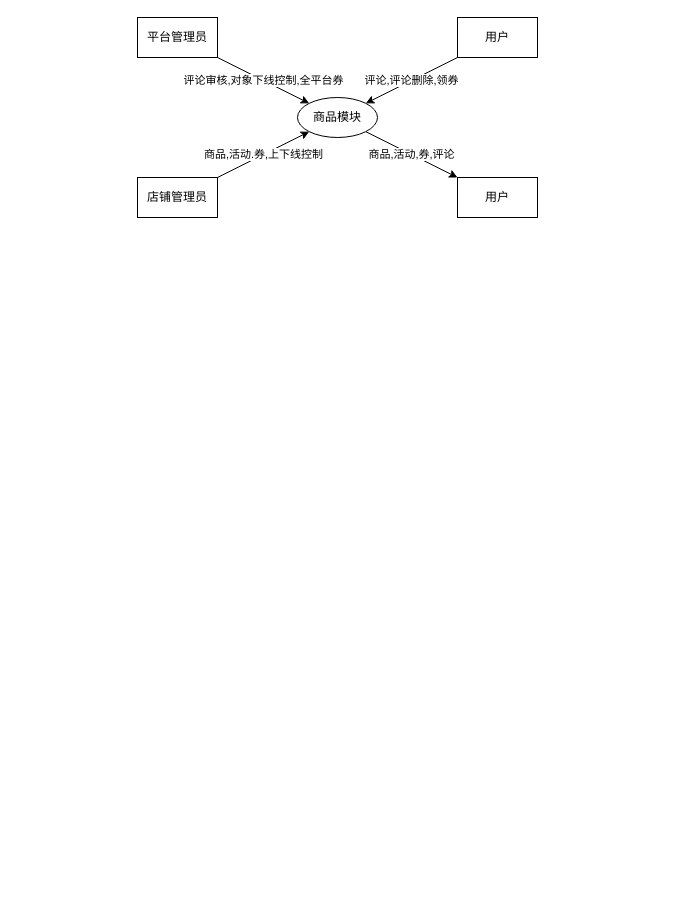
app1echip/grams keeps this draw.io diagram as 软工导论小组作业/需求建模之功能模型（商品模块）.drawio. Above is the earlier version. Source tidied: cells renumbered, new cells numbered last; positions are measured from the earlier drawing's top-left corner, leaving out a move shared by most shapes. Both pictures are drawn from the tidied source at 100%, with x=0, y=0 at pixel (137, 17).
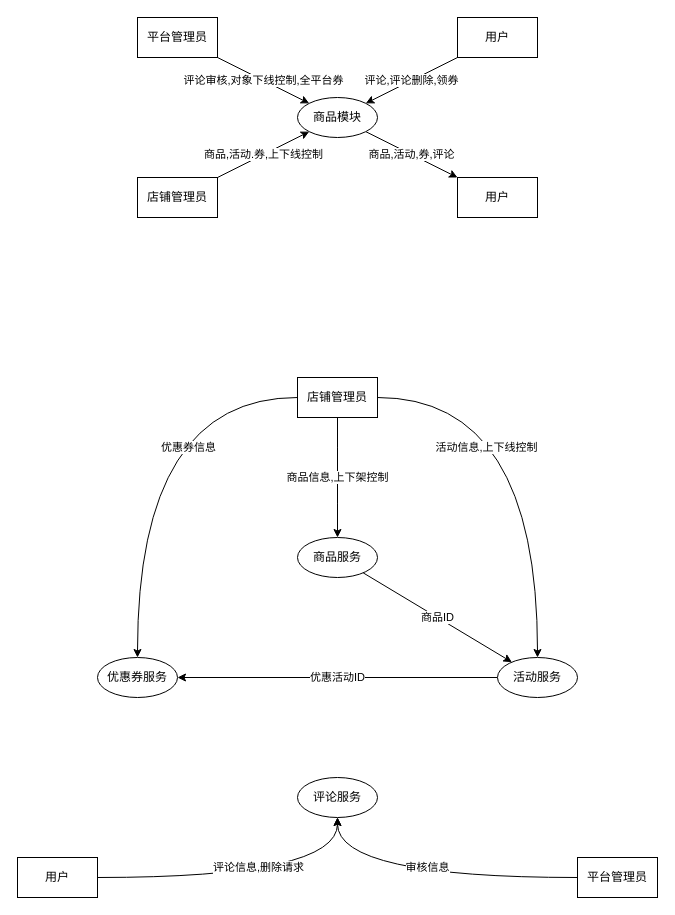
The same page after the edit.

Commit message (it also covers changes not shown here):
Update 需求建模之功能模型（商品模块）.drawio

What changed in the source:
```diff
@@
+    <mxCell id="11" value="商品ID" style="rounded=0;jettySize=auto;html=1;" parent="1" edge="1" source="12" target="15">
+      <mxGeometry relative="1" as="geometry" />
+    </mxCell>
+    <mxCell id="12" value="商品服务" style="ellipse;whiteSpace=wrap;html=1;" parent="1" vertex="1">
+      <mxGeometry x="160" y="520" width="80" height="40" as="geometry" />
+    </mxCell>
+    <mxCell id="13" value="评论服务" style="ellipse;whiteSpace=wrap;html=1;" parent="1" vertex="1">
+      <mxGeometry x="160" y="760" width="80" height="40" as="geometry" />
+    </mxCell>
+    <mxCell id="14" value="优惠活动ID" style="edgeStyle=none;rounded=0;jettySize=auto;html=1;" parent="1" edge="1" source="15" target="16">
+      <mxGeometry relative="1" as="geometry" />
+    </mxCell>
+    <mxCell id="15" value="活动服务" style="ellipse;whiteSpace=wrap;html=1;" parent="1" vertex="1">
+      <mxGeometry x="360" y="640" width="80" height="40" as="geometry" />
+    </mxCell>
+    <mxCell id="16" value="优惠券服务" style="ellipse;whiteSpace=wrap;html=1;" parent="1" vertex="1">
+      <mxGeometry x="-40" y="640" width="80" height="40" as="geometry" />
+    </mxCell>
+    <mxCell id="17" value="评论信息,删除请求" style="edgeStyle=orthogonalEdgeStyle;curved=1;rounded=0;jettySize=auto;html=1;" parent="1" edge="1" source="18" target="13">
+      <mxGeometry x="0.07" y="10" relative="1" as="geometry" />
+    </mxCell>
+    <mxCell id="18" value="用户" style="rounded=0;whiteSpace=wrap;html=1;" parent="1" vertex="1">
+      <mxGeometry x="-120" y="840" width="80" height="40" as="geometry" />
+    </mxCell>
+    <mxCell id="19" value="商品信息,上下架控制" style="edgeStyle=orthogonalEdgeStyle;rounded=0;jettySize=auto;html=1;curved=1;" parent="1" edge="1" source="22" target="12">
+      <mxGeometry relative="1" as="geometry">
+        <Array as="points">
+          <mxPoint x="200" y="460" />
+          <mxPoint x="200" y="460" />
+        </Array>
+      </mxGeometry>
+    </mxCell>
+    <mxCell id="20" value="活动信息,上下线控制" style="edgeStyle=orthogonalEdgeStyle;curved=1;rounded=0;jettySize=auto;html=1;" parent="1" edge="1" source="22" target="15">
+      <mxGeometry x="-0.48" y="-50" relative="1" as="geometry" />
+    </mxCell>
+    <mxCell id="21" value="优惠券信息" style="edgeStyle=orthogonalEdgeStyle;rounded=0;jettySize=auto;html=1;curved=1;" parent="1" edge="1" source="22" target="16">
+      <mxGeometry x="-0.48" y="50" relative="1" as="geometry" />
+    </mxCell>
+    <mxCell id="22" value="店铺管理员" style="rounded=0;whiteSpace=wrap;html=1;" parent="1" vertex="1">
+      <mxGeometry x="160" y="360" width="80" height="40" as="geometry" />
+    </mxCell>
+    <mxCell id="23" value="审核信息" style="edgeStyle=orthogonalEdgeStyle;curved=1;rounded=0;jettySize=auto;html=1;" parent="1" edge="1" source="24" target="13">
+      <mxGeometry y="-10" relative="1" as="geometry" />
+    </mxCell>
+    <mxCell id="24" value="平台管理员" style="rounded=0;whiteSpace=wrap;html=1;" parent="1" vertex="1">
+      <mxGeometry x="440" y="840" width="80" height="40" as="geometry" />
+    </mxCell>
```
